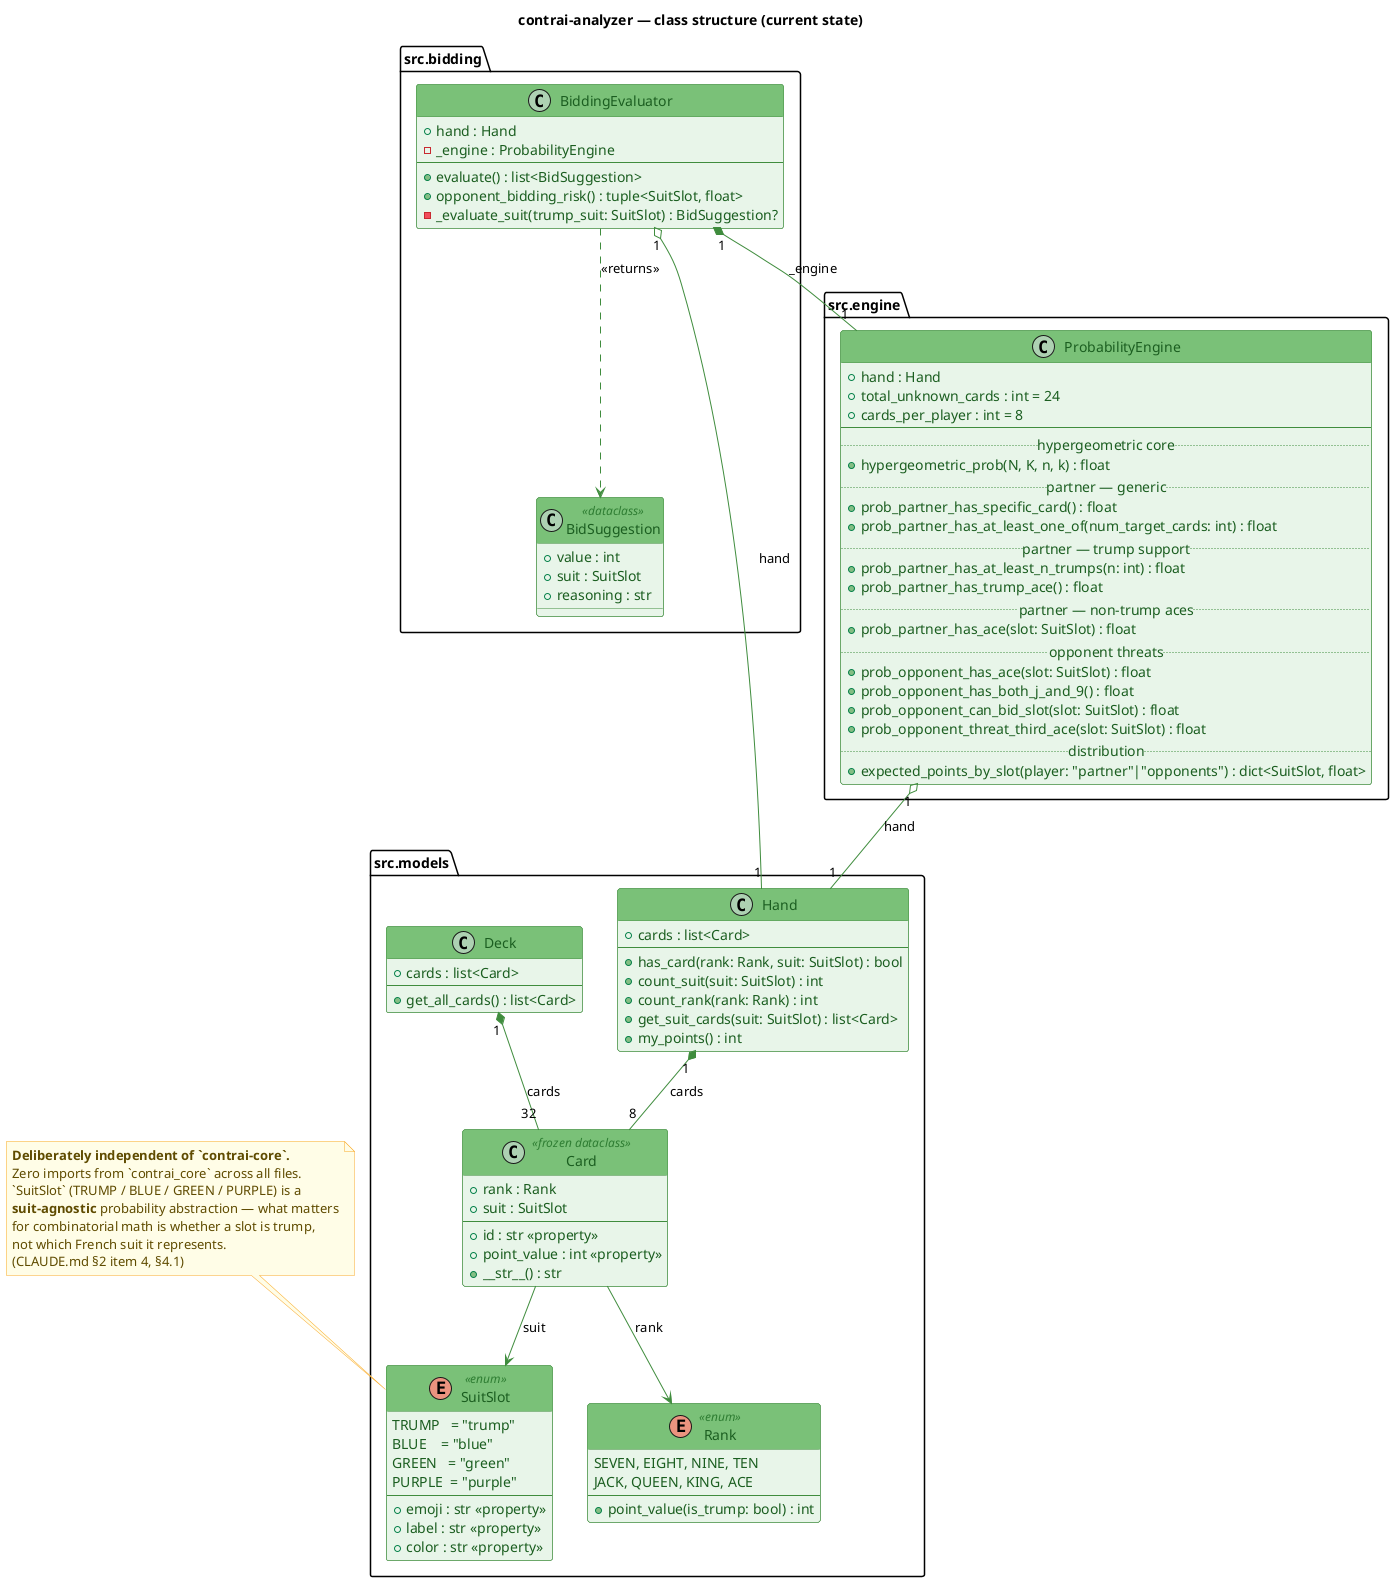
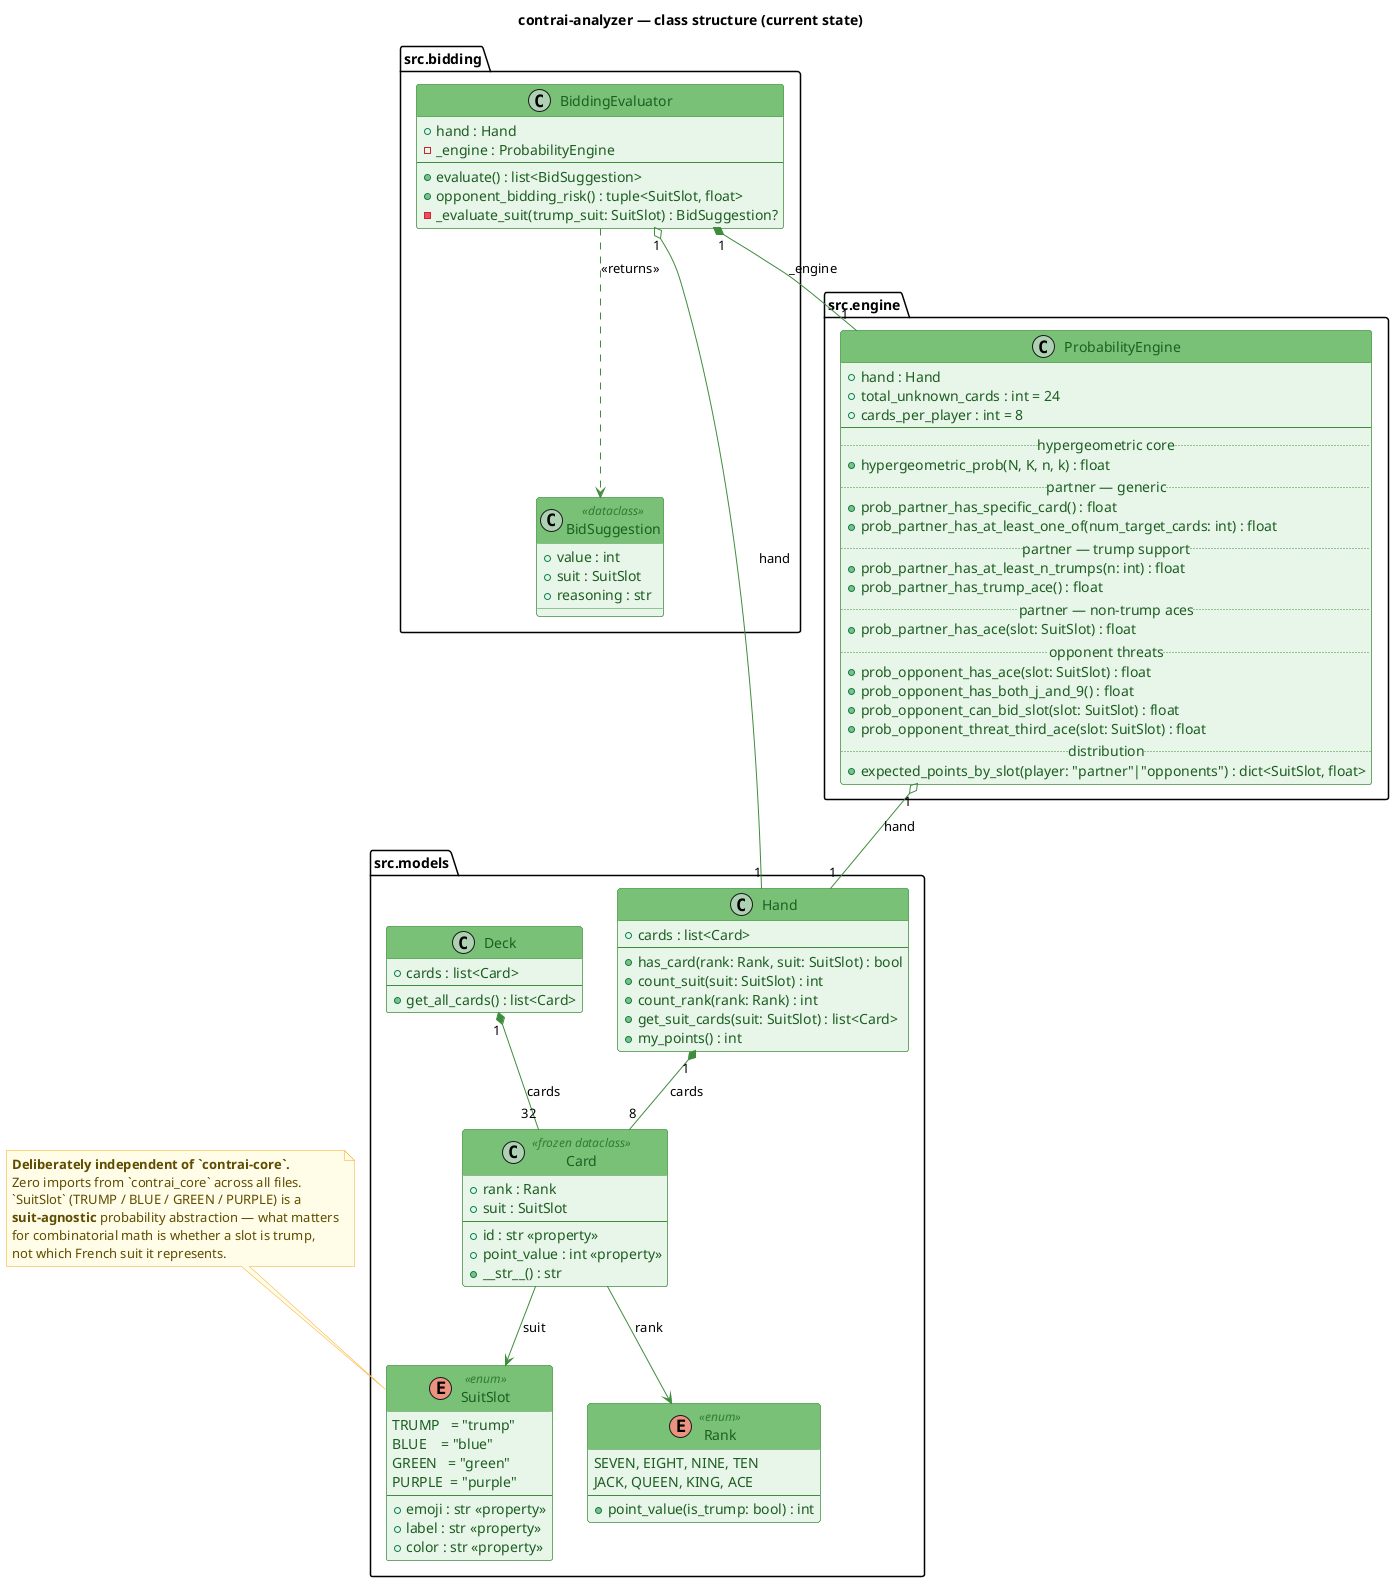
@startuml class_analyzer
title contrai-analyzer — class structure (current state)

' --- Palette: analyzer green ---
skinparam shadowing false
skinparam class {
    BackgroundColor #E8F5E9
    BorderColor #3F8C3D
    HeaderBackgroundColor #7AC178
    FontColor #1B5E20
    AttributeFontColor #1B5E20
    StereotypeFontColor #2E7D32
}
skinparam enum {
    BackgroundColor #E8F5E9
    BorderColor #3F8C3D
    HeaderBackgroundColor #7AC178
    FontColor #1B5E20
    StereotypeFontColor #2E7D32
}
skinparam note {
    BackgroundColor #FFFDE7
    BorderColor #F9A825
    FontColor #5F4B00
}
skinparam ArrowColor #3F8C3D

' =========================================================
' Domain primitives — models/
' =========================================================
package "src.models" as models {

    enum SuitSlot <<enum>> {
        TRUMP   = "trump"
        BLUE    = "blue"
        GREEN   = "green"
        PURPLE  = "purple"
        --
        + emoji : str <<property>>
        + label : str <<property>>
        + color : str <<property>>
    }

    enum Rank <<enum>> {
        SEVEN, EIGHT, NINE, TEN
        JACK, QUEEN, KING, ACE
        --
        + point_value(is_trump: bool) : int
    }

    class Card <<frozen dataclass>> {
        + rank : Rank
        + suit : SuitSlot
        --
        + id : str <<property>>
        + point_value : int <<property>>
        + __str__() : str
    }

    class Hand {
        + cards : list<Card>
        --
        + has_card(rank: Rank, suit: SuitSlot) : bool
        + count_suit(suit: SuitSlot) : int
        + count_rank(rank: Rank) : int
        + get_suit_cards(suit: SuitSlot) : list<Card>
        + my_points() : int
    }

    class Deck {
        + cards : list<Card>
        --
        + get_all_cards() : list<Card>
    }
}

' =========================================================
' Probability core — engine/
' =========================================================
package "src.engine" as engine {

    class ProbabilityEngine {
        + hand : Hand
        + total_unknown_cards : int = 24
        + cards_per_player : int = 8
        --
        .. hypergeometric core ..
        + hypergeometric_prob(N, K, n, k) : float
        .. partner — generic ..
        + prob_partner_has_specific_card() : float
        + prob_partner_has_at_least_one_of(num_target_cards: int) : float
        .. partner — trump support ..
        + prob_partner_has_at_least_n_trumps(n: int) : float
        + prob_partner_has_trump_ace() : float
        .. partner — non-trump aces ..
        + prob_partner_has_ace(slot: SuitSlot) : float
        .. opponent threats ..
        + prob_opponent_has_ace(slot: SuitSlot) : float
        + prob_opponent_has_both_j_and_9() : float
        + prob_opponent_can_bid_slot(slot: SuitSlot) : float
        + prob_opponent_threat_third_ace(slot: SuitSlot) : float
        .. distribution ..
        + expected_points_by_slot(player: "partner"|"opponents") : dict<SuitSlot, float>
    }
}

' =========================================================
' Bidding truth-table — bidding/
' =========================================================
package "src.bidding" as bidding {

    class BidSuggestion <<dataclass>> {
        + value : int
        + suit : SuitSlot
        + reasoning : str
    }

    class BiddingEvaluator {
        + hand : Hand
        - _engine : ProbabilityEngine
        --
        + evaluate() : list<BidSuggestion>
        + opponent_bidding_risk() : tuple<SuitSlot, float>
        - _evaluate_suit(trump_suit: SuitSlot) : BidSuggestion?
    }
}

' =========================================================
' Relationships
' =========================================================
Card --> SuitSlot : suit
Card --> Rank : rank
Hand "1" *-- "8" Card : cards
Deck "1" *-- "32" Card : cards
ProbabilityEngine "1" o-- "1" Hand : hand
BiddingEvaluator "1" o-- "1" Hand : hand
BiddingEvaluator "1" *-- "1" ProbabilityEngine : _engine
BiddingEvaluator ..> BidSuggestion : <<returns>>

' =========================================================
' Banner note — deliberate independence
' =========================================================
note as N_independence
  **Deliberately independent of `contrai-core`.**
  Zero imports from `contrai_core` across all files.
  `SuitSlot` (TRUMP / BLUE / GREEN / PURPLE) is a
  **suit-agnostic** probability abstraction — what matters
  for combinatorial math is whether a slot is trump,
  not which French suit it represents.
-   (CLAUDE.md §2 item 4, §4.1)
end note

N_independence .. SuitSlot

@enduml
